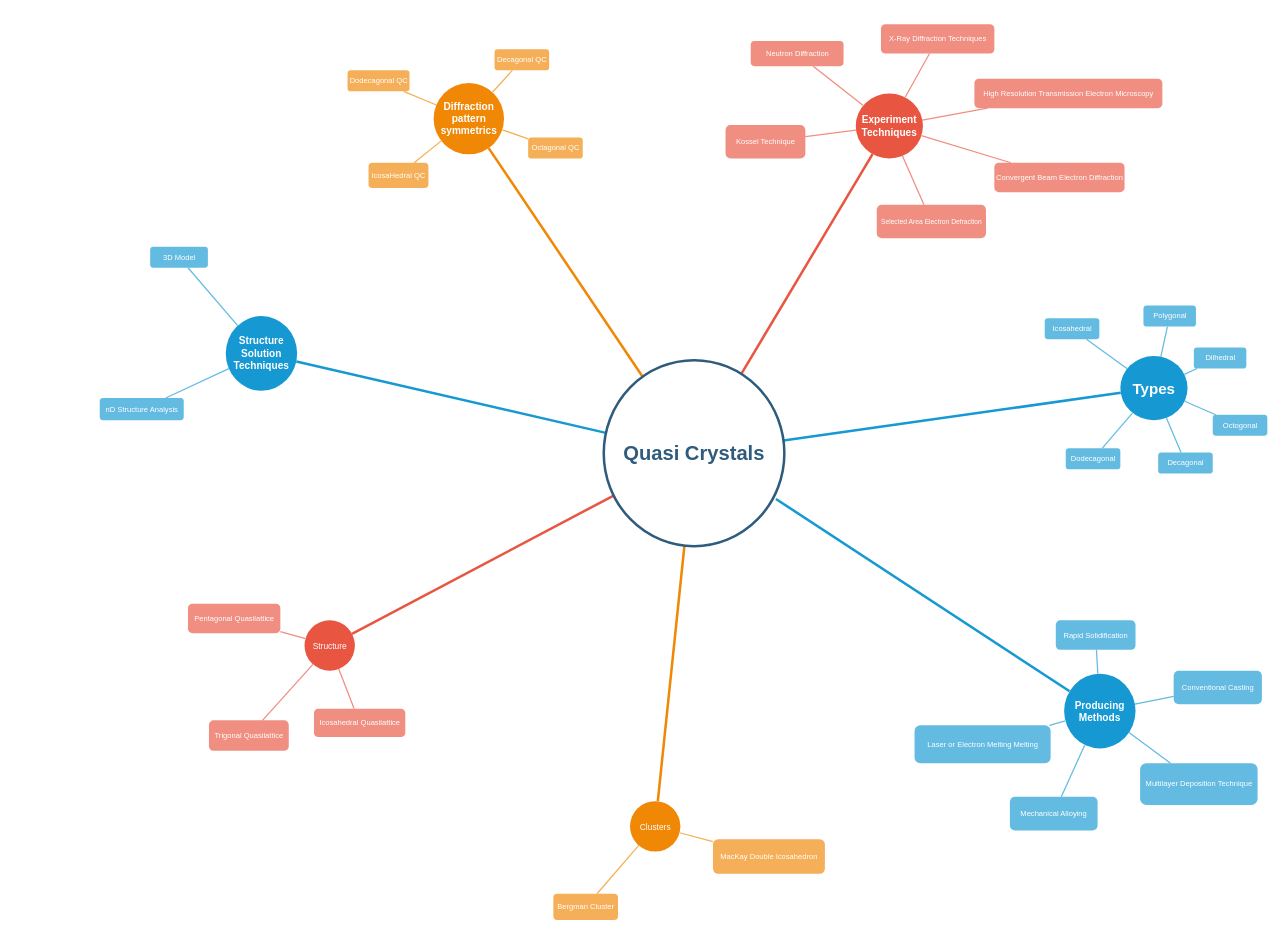
This is Quasi-Crystals.drawio from Master-Bhavesh/Mind-Map, a draw.io file, before an edit. Source tidied: cells renumbered, new cells numbered last; positions are measured from the earlier drawing's top-left corner, leaving out a move shared by most shapes. Both pictures are drawn from the tidied source at 42%, with x=0, y=0 at pixel (100, 24).
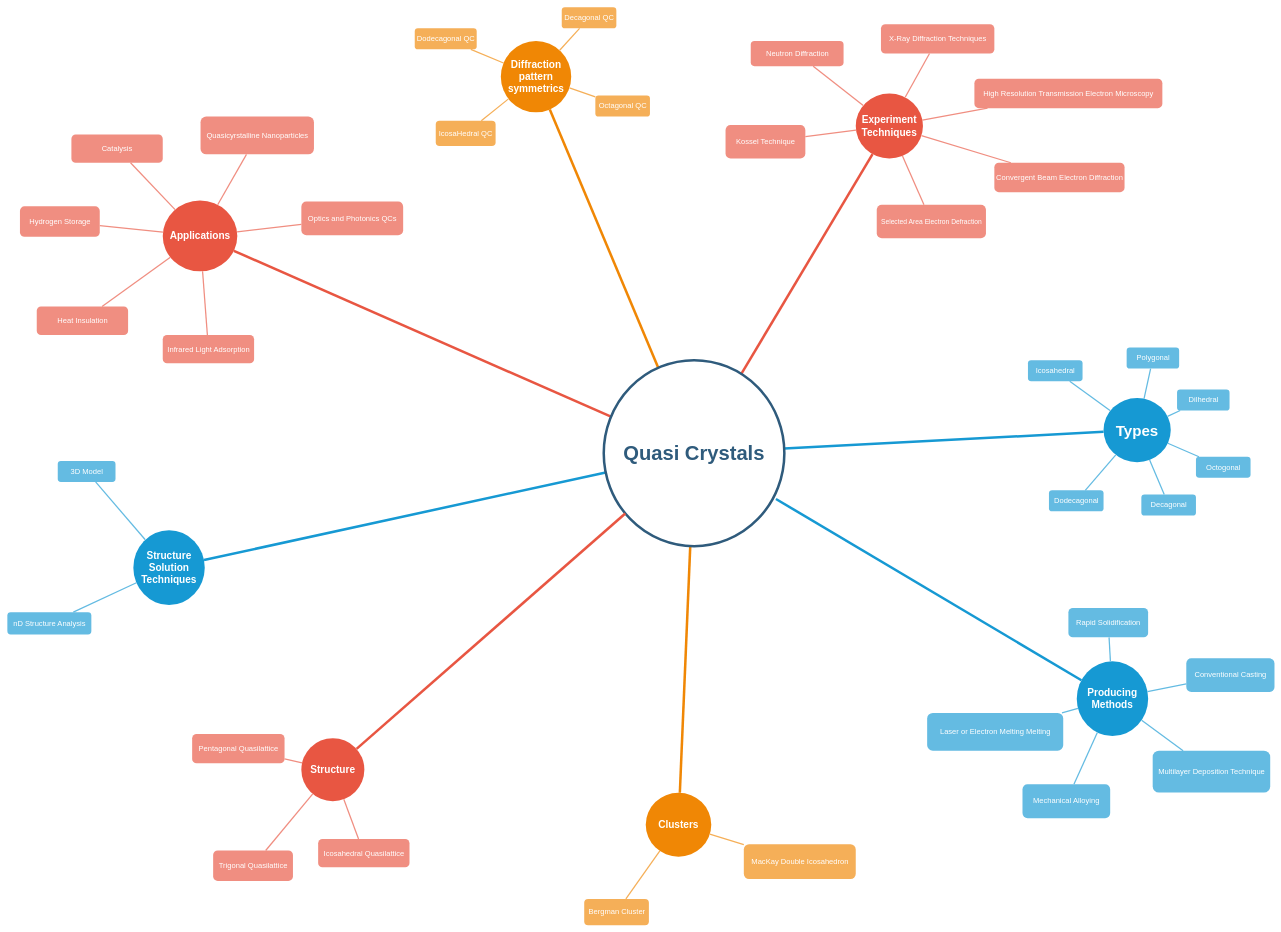
The same diagram, later.

Unchanged cells that the change refers to:
```xml
<mxCell id="61" value="&lt;font style=&quot;font-size: 48px&quot;&gt;Quasi Crystals&lt;/font&gt;" style="ellipse;whiteSpace=wrap;html=1;shadow=0;fontFamily=Helvetica;fontSize=30;fontColor=#2F5B7C;align=center;strokeColor=#2F5B7C;strokeWidth=6;fillColor=#FFFFFF;fontStyle=1;gradientColor=none;" parent="1" vertex="1">
  <mxGeometry x="1200" y="800" width="430" height="443" as="geometry" />
</mxCell>
```

Change to the diagram source:
```diff
@@
     <mxCell id="2" value="&lt;b&gt;&lt;font style=&quot;font-size: 24px&quot;&gt;Structure Solution Techniques&lt;/font&gt;&lt;/b&gt;" style="ellipse;whiteSpace=wrap;html=1;shadow=0;fontFamily=Helvetica;fontSize=20;fontColor=#FFFFFF;align=center;strokeWidth=3;fillColor=#1699D3;strokeColor=none;" parent="1" vertex="1">
-      <mxGeometry x="300" y="695" width="170" height="178" as="geometry" />
+      <mxGeometry x="80" y="1205" width="170" height="178" as="geometry" />
     </mxCell>
     <mxCell id="3" value="&lt;b&gt;&lt;font style=&quot;font-size: 24px&quot;&gt;Diffraction pattern symmetrics&lt;/font&gt;&lt;/b&gt;" style="ellipse;whiteSpace=wrap;html=1;shadow=0;fontFamily=Helvetica;fontSize=20;fontColor=#FFFFFF;align=center;strokeWidth=3;fillColor=#F08705;strokeColor=none;gradientColor=none;" parent="1" vertex="1">
-      <mxGeometry x="795" y="140" width="167.5" height="170" as="geometry" />
+      <mxGeometry x="955" y="40" width="167.5" height="170" as="geometry" />
     </mxCell>
@@
     <mxCell id="5" value="&lt;b&gt;&lt;font style=&quot;font-size: 36px&quot;&gt;Types&lt;/font&gt;&lt;/b&gt;" style="ellipse;whiteSpace=wrap;html=1;shadow=0;fontFamily=Helvetica;fontSize=20;fontColor=#FFFFFF;align=center;strokeWidth=3;fillColor=#1699D3;strokeColor=none;" parent="1" vertex="1">
-      <mxGeometry x="2430" y="790" width="160" height="153" as="geometry" />
+      <mxGeometry x="2390" y="890" width="160" height="153" as="geometry" />
     </mxCell>
-    <mxCell id="6" value="Clusters" style="ellipse;whiteSpace=wrap;html=1;shadow=0;fontFamily=Helvetica;fontSize=20;fontColor=#FFFFFF;align=center;strokeWidth=3;fillColor=#F08705;strokeColor=none;" parent="1" vertex="1">
-      <mxGeometry x="1262.5" y="1850" width="120" height="120" as="geometry" />
+    <mxCell id="6" value="&lt;font style=&quot;font-size: 24px&quot;&gt;&lt;b&gt;Clusters&lt;/b&gt;&lt;/font&gt;" style="ellipse;whiteSpace=wrap;html=1;shadow=0;fontFamily=Helvetica;fontSize=20;fontColor=#FFFFFF;align=center;strokeWidth=3;fillColor=#F08705;strokeColor=none;" parent="1" vertex="1">
+      <mxGeometry x="1300" y="1830" width="156" height="152.2" as="geometry" />
     </mxCell>
-    <mxCell id="7" value="Structure" style="ellipse;whiteSpace=wrap;html=1;shadow=0;fontFamily=Helvetica;fontSize=20;fontColor=#FFFFFF;align=center;strokeWidth=3;fillColor=#E85642;strokeColor=none;" parent="1" vertex="1">
-      <mxGeometry x="487.5" y="1419.5" width="120" height="120" as="geometry" />
+    <mxCell id="7" value="&lt;font style=&quot;font-size: 24px&quot;&gt;&lt;b&gt;Applications&lt;/b&gt;&lt;/font&gt;" style="ellipse;whiteSpace=wrap;html=1;shadow=0;fontFamily=Helvetica;fontSize=20;fontColor=#FFFFFF;align=center;strokeWidth=3;fillColor=#E85642;strokeColor=none;" parent="1" vertex="1">
+      <mxGeometry x="150" y="420" width="177.5" height="168.5" as="geometry" />
     </mxCell>
     <mxCell id="8" value="&lt;font style=&quot;font-size: 18px&quot;&gt;IcosaHedral QC&lt;/font&gt;" style="rounded=1;fillColor=#f5af58;strokeColor=none;strokeWidth=3;shadow=0;html=1;fontColor=#FFFFFF;" parent="1" vertex="1">
-      <mxGeometry x="640" y="330" width="142.5" height="60" as="geometry" />
+      <mxGeometry x="800" y="230" width="142.5" height="60" as="geometry" />
     </mxCell>
     <mxCell id="9" value="&lt;font style=&quot;font-size: 18px&quot;&gt;3D Model&lt;/font&gt;" style="rounded=1;fillColor=#64BBE2;strokeColor=none;strokeWidth=3;shadow=0;html=1;fontColor=#FFFFFF;" parent="1" vertex="1">
-      <mxGeometry x="120" y="530" width="137.5" height="50" as="geometry" />
+      <mxGeometry x="-100" y="1040" width="137.5" height="50" as="geometry" />
     </mxCell>
@@
     <mxCell id="16" value="&lt;font style=&quot;font-size: 18px&quot;&gt;nD Structure Analysis&lt;/font&gt;" style="rounded=1;fillColor=#64BBE2;strokeColor=none;strokeWidth=3;shadow=0;html=1;fontColor=#FFFFFF;" parent="1" vertex="1">
-      <mxGeometry y="890" width="200" height="53" as="geometry" />
+      <mxGeometry x="-220" y="1400" width="200" height="53" as="geometry" />
     </mxCell>
     <mxCell id="17" style="edgeStyle=none;endArrow=none;strokeWidth=3;strokeColor=#64BBE2;html=1;" parent="1" edge="1" source="2" target="16">
-      <mxGeometry x="-730" y="330" as="geometry" />
+      <mxGeometry x="-950" y="840" as="geometry" />
     </mxCell>
     <mxCell id="18" style="edgeStyle=none;endArrow=none;strokeWidth=3;strokeColor=#64BBE2;html=1;" parent="1" edge="1" source="2" target="9">
-      <mxGeometry x="-730" y="330" as="geometry" />
+      <mxGeometry x="-950" y="840" as="geometry" />
     </mxCell>
     <mxCell id="19" value="&lt;font style=&quot;font-size: 18px&quot;&gt;Dodecagonal QC&lt;/font&gt;" style="rounded=1;fillColor=#f5af58;strokeColor=none;strokeWidth=3;shadow=0;html=1;fontColor=#FFFFFF;" parent="1" vertex="1">
-      <mxGeometry x="590" y="110" width="147.5" height="50" as="geometry" />
+      <mxGeometry x="750" y="10" width="147.5" height="50" as="geometry" />
     </mxCell>
     <mxCell id="20" value="&lt;font style=&quot;font-size: 18px&quot;&gt;Decagonal QC&lt;/font&gt;" style="rounded=1;fillColor=#f5af58;strokeColor=none;strokeWidth=3;shadow=0;html=1;fontColor=#FFFFFF;" parent="1" vertex="1">
-      <mxGeometry x="940" y="60" width="130" height="50" as="geometry" />
+      <mxGeometry x="1100" y="-40" width="130" height="50" as="geometry" />
     </mxCell>
     <mxCell id="21" value="&lt;font style=&quot;font-size: 18px&quot;&gt;Octagonal QC&lt;/font&gt;" style="rounded=1;fillColor=#f5af58;strokeColor=none;strokeWidth=3;shadow=0;html=1;fontColor=#FFFFFF;" parent="1" vertex="1">
-      <mxGeometry x="1020" y="270" width="130" height="50" as="geometry" />
+      <mxGeometry x="1180" y="170" width="130" height="50" as="geometry" />
     </mxCell>
     <mxCell id="22" style="edgeStyle=none;endArrow=none;strokeWidth=3;strokeColor=#F5AF58;html=1;" parent="1" edge="1" source="3" target="8">
-      <mxGeometry x="-582.5" y="-230" as="geometry" />
+      <mxGeometry x="-422.5" y="-330" as="geometry" />
     </mxCell>
     <mxCell id="23" style="edgeStyle=none;endArrow=none;strokeWidth=3;strokeColor=#F5AF58;html=1;" parent="1" edge="1" source="3" target="19">
-      <mxGeometry x="-582.5" y="-230" as="geometry" />
+      <mxGeometry x="-422.5" y="-330" as="geometry" />
     </mxCell>
     <mxCell id="24" style="edgeStyle=none;endArrow=none;strokeWidth=3;strokeColor=#F5AF58;html=1;" parent="1" edge="1" source="3" target="20">
-      <mxGeometry x="-582.5" y="-230" as="geometry" />
+      <mxGeometry x="-422.5" y="-330" as="geometry" />
     </mxCell>
     <mxCell id="25" style="edgeStyle=none;endArrow=none;strokeWidth=3;strokeColor=#F5AF58;html=1;" parent="1" edge="1" source="3" target="21">
-      <mxGeometry x="-582.5" y="-230" as="geometry" />
+      <mxGeometry x="-422.5" y="-330" as="geometry" />
     </mxCell>
@@
     <mxCell id="38" value="&lt;font style=&quot;font-size: 18px&quot;&gt;Polygonal&lt;/font&gt;" style="rounded=1;fillColor=#64BBE2;strokeColor=none;strokeWidth=3;shadow=0;html=1;fontColor=#FFFFFF;" parent="1" vertex="1">
-      <mxGeometry x="2485" y="670" width="125" height="50" as="geometry" />
+      <mxGeometry x="2445" y="770" width="125" height="50" as="geometry" />
     </mxCell>
     <mxCell id="39" value="&lt;font style=&quot;font-size: 18px&quot;&gt;Dilhedral&lt;/font&gt;" style="rounded=1;fillColor=#64BBE2;strokeColor=none;strokeWidth=3;shadow=0;html=1;fontColor=#FFFFFF;" parent="1" vertex="1">
-      <mxGeometry x="2605" y="770" width="125" height="50" as="geometry" />
+      <mxGeometry x="2565" y="870" width="125" height="50" as="geometry" />
     </mxCell>
     <mxCell id="40" value="&lt;font style=&quot;font-size: 18px&quot;&gt;Decagonal&lt;/font&gt;" style="rounded=1;fillColor=#64BBE2;strokeColor=none;strokeWidth=3;shadow=0;html=1;fontColor=#FFFFFF;" parent="1" vertex="1">
-      <mxGeometry x="2520" y="1020" width="130" height="50" as="geometry" />
+      <mxGeometry x="2480" y="1120" width="130" height="50" as="geometry" />
     </mxCell>
     <mxCell id="41" value="&lt;font style=&quot;font-size: 18px&quot;&gt;Octogonal&lt;/font&gt;" style="rounded=1;fillColor=#64BBE2;strokeColor=none;strokeWidth=3;shadow=0;html=1;fontColor=#FFFFFF;" parent="1" vertex="1">
-      <mxGeometry x="2650" y="930" width="130" height="50" as="geometry" />
+      <mxGeometry x="2610" y="1030" width="130" height="50" as="geometry" />
     </mxCell>
     <mxCell id="42" value="&lt;font style=&quot;font-size: 18px&quot;&gt;Dodecagonal&lt;/font&gt;" style="rounded=1;fillColor=#64BBE2;strokeColor=none;strokeWidth=3;shadow=0;html=1;fontColor=#FFFFFF;" parent="1" vertex="1">
-      <mxGeometry x="2300" y="1010" width="130" height="50" as="geometry" />
+      <mxGeometry x="2260" y="1110" width="130" height="50" as="geometry" />
     </mxCell>
     <mxCell id="43" value="&lt;font style=&quot;font-size: 18px&quot;&gt;Icosahedral&lt;/font&gt;" style="rounded=1;fillColor=#64BBE2;strokeColor=none;strokeWidth=3;shadow=0;html=1;fontColor=#FFFFFF;" parent="1" vertex="1">
-      <mxGeometry x="2250" y="700" width="130" height="50" as="geometry" />
+      <mxGeometry x="2210" y="800" width="130" height="50" as="geometry" />
     </mxCell>
     <mxCell id="44" style="edgeStyle=none;endArrow=none;strokeWidth=3;strokeColor=#64BBE2;html=1;" parent="1" edge="1" source="5" target="38">
-      <mxGeometry x="100" y="27" as="geometry" />
+      <mxGeometry x="60" y="127" as="geometry" />
     </mxCell>
     <mxCell id="45" style="edgeStyle=none;endArrow=none;strokeWidth=3;strokeColor=#64BBE2;html=1;" parent="1" edge="1" source="5" target="39">
-      <mxGeometry x="100" y="27" as="geometry" />
+      <mxGeometry x="60" y="127" as="geometry" />
     </mxCell>
     <mxCell id="46" style="edgeStyle=none;endArrow=none;strokeWidth=3;strokeColor=#64BBE2;html=1;" parent="1" edge="1" source="5" target="41">
-      <mxGeometry x="100" y="27" as="geometry" />
+      <mxGeometry x="60" y="127" as="geometry" />
     </mxCell>
     <mxCell id="47" style="edgeStyle=none;endArrow=none;strokeWidth=3;strokeColor=#64BBE2;html=1;" parent="1" edge="1" source="5" target="40">
-      <mxGeometry x="100" y="27" as="geometry" />
+      <mxGeometry x="60" y="127" as="geometry" />
     </mxCell>
     <mxCell id="48" style="edgeStyle=none;endArrow=none;strokeWidth=3;strokeColor=#64BBE2;html=1;" parent="1" edge="1" source="5" target="42">
-      <mxGeometry x="100" y="27" as="geometry" />
+      <mxGeometry x="60" y="127" as="geometry" />
     </mxCell>
     <mxCell id="49" style="edgeStyle=none;endArrow=none;strokeWidth=3;strokeColor=#64BBE2;html=1;" parent="1" edge="1" source="5" target="43">
-      <mxGeometry x="100" y="27" as="geometry" />
+      <mxGeometry x="60" y="127" as="geometry" />
     </mxCell>
     <mxCell id="50" value="&lt;font style=&quot;font-size: 18px&quot;&gt;MacKay Double Icosahedron&lt;/font&gt;" style="rounded=1;fillColor=#f5af58;strokeColor=none;strokeWidth=3;shadow=0;html=1;fontColor=#FFFFFF;" parent="1" vertex="1">
-      <mxGeometry x="1460" y="1940.5" width="266.5" height="82.5" as="geometry" />
+      <mxGeometry x="1533.5" y="1952.8" width="266.5" height="82.5" as="geometry" />
     </mxCell>
     <mxCell id="51" value="&lt;font style=&quot;font-size: 18px&quot;&gt;Bergman Cluster&lt;/font&gt;" style="rounded=1;fillColor=#f5af58;strokeColor=none;strokeWidth=3;shadow=0;html=1;fontColor=#FFFFFF;" parent="1" vertex="1">
-      <mxGeometry x="1080" y="2070.5" width="154" height="62.5" as="geometry" />
+      <mxGeometry x="1153.5" y="2082.8" width="154" height="62.5" as="geometry" />
     </mxCell>
     <mxCell id="52" style="edgeStyle=none;endArrow=none;strokeWidth=3;strokeColor=#F5AF58;html=1;" parent="1" edge="1" source="6" target="50">
-      <mxGeometry x="32.5" y="373" as="geometry" />
+      <mxGeometry x="106" y="385.2" as="geometry" />
     </mxCell>
     <mxCell id="53" style="edgeStyle=none;endArrow=none;strokeWidth=3;strokeColor=#F5AF58;html=1;" parent="1" edge="1" source="6" target="51">
-      <mxGeometry x="32.5" y="373" as="geometry" />
+      <mxGeometry x="106" y="385.2" as="geometry" />
     </mxCell>
-    <mxCell id="54" value="&lt;font style=&quot;font-size: 18px&quot;&gt;Icosahedral Quasilattice&lt;/font&gt;" style="rounded=1;fillColor=#f08e81;strokeColor=none;strokeWidth=3;shadow=0;html=1;fontColor=#FFFFFF;" parent="1" vertex="1">
-      <mxGeometry x="510" y="1630" width="217.5" height="67.5" as="geometry" />
+    <mxCell id="54" value="&lt;font style=&quot;font-size: 18px&quot;&gt;Infrared Light Adsorption&lt;/font&gt;" style="rounded=1;fillColor=#f08e81;strokeColor=none;strokeWidth=3;shadow=0;html=1;fontColor=#FFFFFF;" parent="1" vertex="1">
+      <mxGeometry x="150" y="740" width="217.5" height="67.5" as="geometry" />
     </mxCell>
-    <mxCell id="55" value="&lt;font style=&quot;font-size: 18px&quot;&gt;Pentagonal Quasilattice&lt;/font&gt;" style="rounded=1;fillColor=#f08e81;strokeColor=none;strokeWidth=3;shadow=0;html=1;fontColor=#FFFFFF;" parent="1" vertex="1">
-      <mxGeometry x="210" y="1380" width="220" height="70" as="geometry" />
+    <mxCell id="55" value="&lt;font style=&quot;font-size: 18px&quot;&gt;Quasicyrstalline Nanoparticles&lt;/font&gt;" style="rounded=1;fillColor=#f08e81;strokeColor=none;strokeWidth=3;shadow=0;html=1;fontColor=#FFFFFF;" parent="1" vertex="1">
+      <mxGeometry x="240" y="220" width="270" height="90" as="geometry" />
     </mxCell>
-    <mxCell id="56" value="&lt;font style=&quot;font-size: 18px&quot;&gt;Trigonal Quasilattice&lt;/font&gt;" style="rounded=1;fillColor=#f08e81;strokeColor=none;strokeWidth=3;shadow=0;html=1;fontColor=#FFFFFF;" parent="1" vertex="1">
-      <mxGeometry x="260" y="1657.5" width="190" height="72.5" as="geometry" />
+    <mxCell id="56" value="&lt;font style=&quot;font-size: 18px&quot;&gt;Hydrogen Storage&lt;/font&gt;" style="rounded=1;fillColor=#f08e81;strokeColor=none;strokeWidth=3;shadow=0;html=1;fontColor=#FFFFFF;" parent="1" vertex="1">
+      <mxGeometry x="-190" y="433.8" width="190" height="72.5" as="geometry" />
     </mxCell>
     <mxCell id="57" style="edgeStyle=none;endArrow=none;strokeWidth=3;strokeColor=#F08E81;html=1;" parent="1" edge="1" source="7" target="54">
-      <mxGeometry x="-222.5" y="95" as="geometry" />
+      <mxGeometry x="-502.5" y="-856" as="geometry" />
     </mxCell>
     <mxCell id="58" style="edgeStyle=none;endArrow=none;strokeWidth=3;strokeColor=#F08E81;html=1;" parent="1" edge="1" source="7" target="55">
-      <mxGeometry x="-222.5" y="95" as="geometry" />
+      <mxGeometry x="-502.5" y="-856" as="geometry" />
     </mxCell>
     <mxCell id="59" style="edgeStyle=none;endArrow=none;strokeWidth=3;strokeColor=#F08E81;html=1;" parent="1" edge="1" source="7" target="56">
-      <mxGeometry x="-222.5" y="95" as="geometry" />
+      <mxGeometry x="-502.5" y="-856" as="geometry" />
     </mxCell>
@@
     <mxCell id="62" value="&lt;b&gt;&lt;font style=&quot;font-size: 24px&quot;&gt;Producing Methods&lt;/font&gt;&lt;/b&gt;" style="ellipse;whiteSpace=wrap;html=1;shadow=0;fontFamily=Helvetica;fontSize=20;fontColor=#FFFFFF;align=center;strokeWidth=3;fillColor=#1699D3;strokeColor=none;" parent="1" vertex="1">
-      <mxGeometry x="2296.2" y="1546.5" width="170" height="178" as="geometry" />
+      <mxGeometry x="2326.2" y="1517" width="170" height="178" as="geometry" />
     </mxCell>
     <mxCell id="63" value="&lt;font style=&quot;font-size: 18px&quot;&gt;Conventional Casting&lt;/font&gt;" style="rounded=1;fillColor=#64BBE2;strokeColor=none;strokeWidth=3;shadow=0;html=1;fontColor=#FFFFFF;" parent="1" vertex="1">
-      <mxGeometry x="2557" y="1539.5" width="210" height="80" as="geometry" />
+      <mxGeometry x="2587" y="1510" width="210" height="80" as="geometry" />
     </mxCell>
@@
     <mxCell id="65" value="&lt;span style=&quot;font-size: 18px&quot;&gt;Multilayer Deposition Technique&lt;/span&gt;" style="rounded=1;fillColor=#64BBE2;strokeColor=none;strokeWidth=3;shadow=0;html=1;fontColor=#FFFFFF;" parent="1" vertex="1">
-      <mxGeometry x="2477" y="1759.5" width="279.8" height="99.5" as="geometry" />
+      <mxGeometry x="2507" y="1730" width="279.8" height="99.5" as="geometry" />
     </mxCell>
     <mxCell id="66" style="edgeStyle=none;endArrow=none;strokeWidth=3;strokeColor=#64BBE2;html=1;" parent="1" edge="1" source="62" target="65">
-      <mxGeometry x="-483.8" y="714.5" as="geometry" />
+      <mxGeometry x="-453.8" y="685" as="geometry" />
     </mxCell>
     <mxCell id="67" style="edgeStyle=none;endArrow=none;strokeWidth=3;strokeColor=#64BBE2;html=1;" parent="1" edge="1" source="62" target="63">
-      <mxGeometry x="-483.8" y="714.5" as="geometry" />
+      <mxGeometry x="-453.8" y="685" as="geometry" />
     </mxCell>
     <mxCell id="68" value="&lt;font style=&quot;font-size: 18px&quot;&gt;Rapid Solidification&lt;/font&gt;" style="rounded=1;fillColor=#64BBE2;strokeColor=none;strokeWidth=3;shadow=0;html=1;fontColor=#FFFFFF;" parent="1" vertex="1">
-      <mxGeometry x="2276.3" y="1419.5" width="189.8" height="70" as="geometry" />
+      <mxGeometry x="2306.3" y="1390" width="189.8" height="70" as="geometry" />
     </mxCell>
     <mxCell id="69" style="edgeStyle=none;endArrow=none;strokeWidth=3;strokeColor=#64BBE2;html=1;" parent="1" edge="1" source="62" target="68">
-      <mxGeometry x="-676.3" y="562.5" as="geometry" />
+      <mxGeometry x="-646.3" y="533" as="geometry" />
     </mxCell>
     <mxCell id="70" value="&lt;font style=&quot;font-size: 18px&quot;&gt;Laser or Electron Melting Melting&lt;/font&gt;" style="rounded=1;fillColor=#64BBE2;strokeColor=none;strokeWidth=3;shadow=0;html=1;fontColor=#FFFFFF;" parent="1" vertex="1">
-      <mxGeometry x="1940" y="1669.5" width="324" height="90" as="geometry" />
+      <mxGeometry x="1970" y="1640" width="324" height="90" as="geometry" />
     </mxCell>
     <mxCell id="71" style="edgeStyle=none;endArrow=none;strokeWidth=3;strokeColor=#64BBE2;html=1;" parent="1" edge="1" source="62" target="70">
-      <mxGeometry x="-992.2" y="750.8" as="geometry" />
+      <mxGeometry x="-962.2" y="721.3" as="geometry" />
     </mxCell>
     <mxCell id="72" value="&lt;font style=&quot;font-size: 18px&quot;&gt;Mechanical Alloying&lt;/font&gt;" style="rounded=1;fillColor=#64BBE2;strokeColor=none;strokeWidth=3;shadow=0;html=1;fontColor=#FFFFFF;" parent="1" vertex="1">
-      <mxGeometry x="2167" y="1839.5" width="208.8" height="80.5" as="geometry" />
+      <mxGeometry x="2197" y="1810" width="208.8" height="80.5" as="geometry" />
     </mxCell>
     <mxCell id="73" style="edgeStyle=none;endArrow=none;strokeWidth=3;strokeColor=#64BBE2;html=1;" parent="1" edge="1" source="62" target="72">
-      <mxGeometry x="-917.5" y="822.7" as="geometry" />
+      <mxGeometry x="-887.5" y="793.2" as="geometry" />
     </mxCell>
+    <mxCell id="74" value="&lt;font style=&quot;font-size: 24px&quot;&gt;&lt;b&gt;Structure&lt;/b&gt;&lt;/font&gt;" style="ellipse;whiteSpace=wrap;html=1;shadow=0;fontFamily=Helvetica;fontSize=20;fontColor=#FFFFFF;align=center;strokeWidth=3;fillColor=#E85642;strokeColor=none;" parent="1" vertex="1">
+      <mxGeometry x="480" y="1700" width="150" height="150" as="geometry" />
+    </mxCell>
+    <mxCell id="75" style="edgeStyle=none;endArrow=none;strokeWidth=6;strokeColor=#E85642;html=1;" parent="1" edge="1" source="61" target="74">
+      <mxGeometry x="241" y="703.8" as="geometry" />
+    </mxCell>
+    <mxCell id="76" value="&lt;font style=&quot;font-size: 18px&quot;&gt;Icosahedral Quasilattice&lt;/font&gt;" style="rounded=1;fillColor=#f08e81;strokeColor=none;strokeWidth=3;shadow=0;html=1;fontColor=#FFFFFF;" parent="1" vertex="1">
+      <mxGeometry x="520" y="1940" width="217.5" height="67.5" as="geometry" />
+    </mxCell>
+    <mxCell id="77" value="&lt;font style=&quot;font-size: 18px&quot;&gt;Pentagonal Quasilattice&lt;/font&gt;" style="rounded=1;fillColor=#f08e81;strokeColor=none;strokeWidth=3;shadow=0;html=1;fontColor=#FFFFFF;" parent="1" vertex="1">
+      <mxGeometry x="220" y="1690" width="220" height="70" as="geometry" />
+    </mxCell>
+    <mxCell id="78" value="&lt;font style=&quot;font-size: 18px&quot;&gt;Trigonal Quasilattice&lt;/font&gt;" style="rounded=1;fillColor=#f08e81;strokeColor=none;strokeWidth=3;shadow=0;html=1;fontColor=#FFFFFF;" parent="1" vertex="1">
+      <mxGeometry x="270" y="1967.5" width="190" height="72.5" as="geometry" />
+    </mxCell>
+    <mxCell id="79" style="edgeStyle=none;endArrow=none;strokeWidth=3;strokeColor=#F08E81;html=1;" parent="1" edge="1" source="74" target="76">
+      <mxGeometry x="-212.5" y="405" as="geometry" />
+    </mxCell>
+    <mxCell id="80" style="edgeStyle=none;endArrow=none;strokeWidth=3;strokeColor=#F08E81;html=1;" parent="1" edge="1" source="74" target="77">
+      <mxGeometry x="-212.5" y="405" as="geometry" />
+    </mxCell>
+    <mxCell id="81" style="edgeStyle=none;endArrow=none;strokeWidth=3;strokeColor=#F08E81;html=1;" parent="1" edge="1" source="74" target="78">
+      <mxGeometry x="-212.5" y="405" as="geometry" />
+    </mxCell>
+    <mxCell id="82" value="&lt;font style=&quot;font-size: 18px&quot;&gt;Heat Insulation&lt;/font&gt;" style="rounded=1;fillColor=#f08e81;strokeColor=none;strokeWidth=3;shadow=0;html=1;fontColor=#FFFFFF;" parent="1" vertex="1">
+      <mxGeometry x="-150" y="672.5" width="217.5" height="67.5" as="geometry" />
+    </mxCell>
+    <mxCell id="83" style="edgeStyle=none;endArrow=none;strokeWidth=3;strokeColor=#F08E81;html=1;" parent="1" edge="1" source="7" target="82">
+      <mxGeometry x="-808.9" y="-906.1" as="geometry" />
+    </mxCell>
+    <mxCell id="84" value="&lt;font style=&quot;font-size: 18px&quot;&gt;Catalysis&lt;/font&gt;" style="rounded=1;fillColor=#f08e81;strokeColor=none;strokeWidth=3;shadow=0;html=1;fontColor=#FFFFFF;" parent="1" vertex="1">
+      <mxGeometry x="-67.5" y="262.5" width="217.5" height="67.5" as="geometry" />
+    </mxCell>
+    <mxCell id="85" style="edgeStyle=none;endArrow=none;strokeWidth=3;strokeColor=#F08E81;html=1;" parent="1" edge="1" source="7" target="84">
+      <mxGeometry x="-710" y="-1333.5" as="geometry" />
+    </mxCell>
+    <mxCell id="86" value="&lt;font style=&quot;font-size: 18px&quot;&gt;Optics and Photonics QCs&lt;/font&gt;" style="rounded=1;fillColor=#f08e81;strokeColor=none;strokeWidth=3;shadow=0;html=1;fontColor=#FFFFFF;" parent="1" vertex="1">
+      <mxGeometry x="480" y="422.5" width="242.4" height="80" as="geometry" />
+    </mxCell>
+    <mxCell id="87" style="edgeStyle=none;endArrow=none;strokeWidth=3;strokeColor=#F08E81;html=1;" parent="1" edge="1" source="7" target="86">
+      <mxGeometry x="-144.9" y="-1176" as="geometry" />
+    </mxCell>
```
